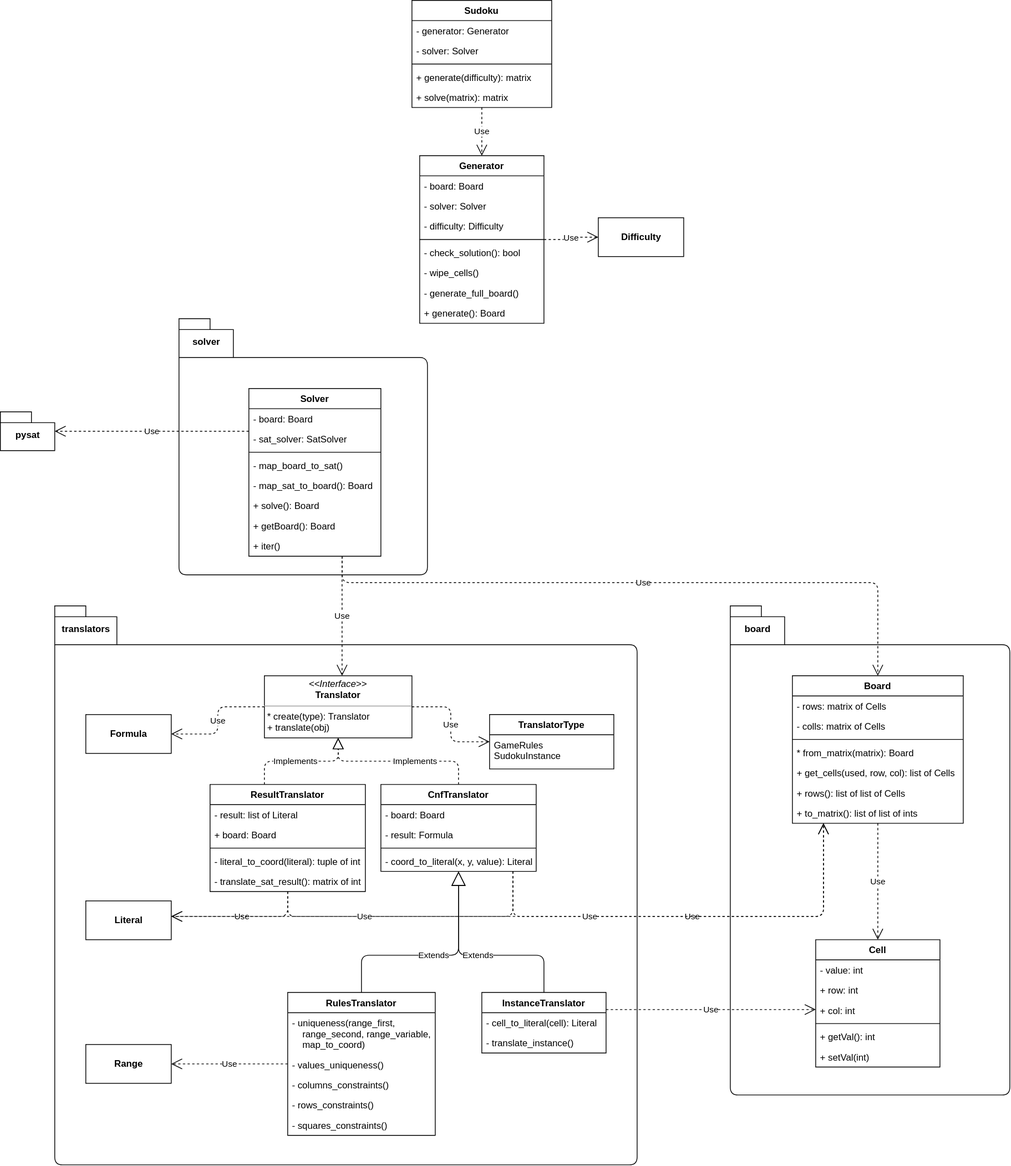
This is schema.drawio.svg from gabrielepongelli/PySudoku, a draw.io export, as it was before one commit. Source tidied: cells renumbered, new cells last; positions are measured from the earlier drawing's top-left corner, leaving out a move shared by most shapes.
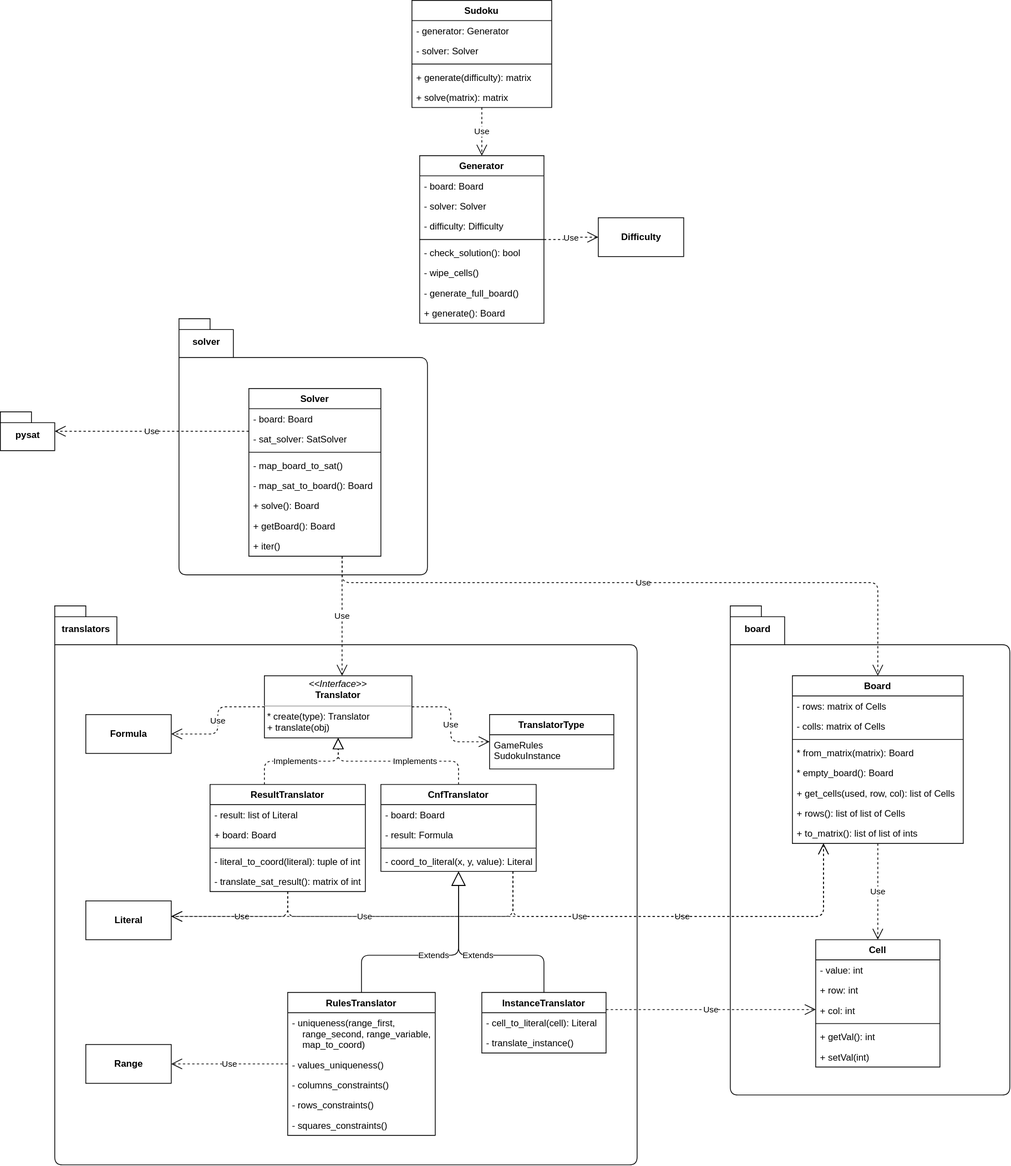
After the commit.

Commit message:
Refactored the Board class.

Diff of the diagram source:
```diff
@@ -105,7 +105,7 @@
       <mxGeometry relative="1" as="geometry" />
     </mxCell>
     <mxCell id="36" value="Board" style="swimlane;fontStyle=1;align=center;verticalAlign=top;horizontal=1;startSize=26;" parent="1" vertex="1">
-      <mxGeometry x="1020" y="870" width="220" height="190" as="geometry" />
+      <mxGeometry x="1020" y="870" width="220" height="216" as="geometry" />
     </mxCell>
     <mxCell id="37" value="- rows: matrix of Cells" style="text;strokeColor=none;fillColor=none;align=left;verticalAlign=top;spacingLeft=4;spacingRight=4;overflow=hidden;" parent="36" vertex="1">
       <mxGeometry y="26" width="220" height="26" as="geometry" />
@@ -119,14 +119,17 @@
     <mxCell id="40" value="* from_matrix(matrix): Board" style="text;strokeColor=none;fillColor=none;align=left;verticalAlign=top;spacingLeft=4;spacingRight=4;overflow=hidden;" parent="36" vertex="1">
       <mxGeometry y="86" width="220" height="26" as="geometry" />
     </mxCell>
+    <mxCell id="93" value="* empty_board(): Board" style="text;strokeColor=none;fillColor=none;align=left;verticalAlign=top;spacingLeft=4;spacingRight=4;overflow=hidden;" parent="36" vertex="1">
+      <mxGeometry y="112" width="220" height="26" as="geometry" />
+    </mxCell>
     <mxCell id="41" value="+ get_cells(used, row, col): list of Cells" style="text;strokeColor=none;fillColor=none;align=left;verticalAlign=top;spacingLeft=4;spacingRight=4;overflow=hidden;" parent="36" vertex="1">
-      <mxGeometry y="112" width="220" height="26" as="geometry" />
+      <mxGeometry y="138" width="220" height="26" as="geometry" />
     </mxCell>
     <mxCell id="42" value="+ rows(): list of list of Cells" style="text;strokeColor=none;fillColor=none;align=left;verticalAlign=top;spacingLeft=4;spacingRight=4;overflow=hidden;" parent="36" vertex="1">
-      <mxGeometry y="138" width="220" height="26" as="geometry" />
+      <mxGeometry y="164" width="220" height="26" as="geometry" />
     </mxCell>
     <mxCell id="43" value="+ to_matrix(): list of list of ints" style="text;strokeColor=none;fillColor=none;align=left;verticalAlign=top;spacingLeft=4;spacingRight=4;overflow=hidden;" parent="36" vertex="1">
-      <mxGeometry y="164" width="220" height="26" as="geometry" />
+      <mxGeometry y="190" width="220" height="26" as="geometry" />
     </mxCell>
     <mxCell id="44" value="Use" style="endArrow=open;endSize=12;dashed=1;html=1;edgeStyle=orthogonalEdgeStyle;" parent="1" edge="1" source="36" target="18">
       <mxGeometry relative="1" as="geometry" />
```
